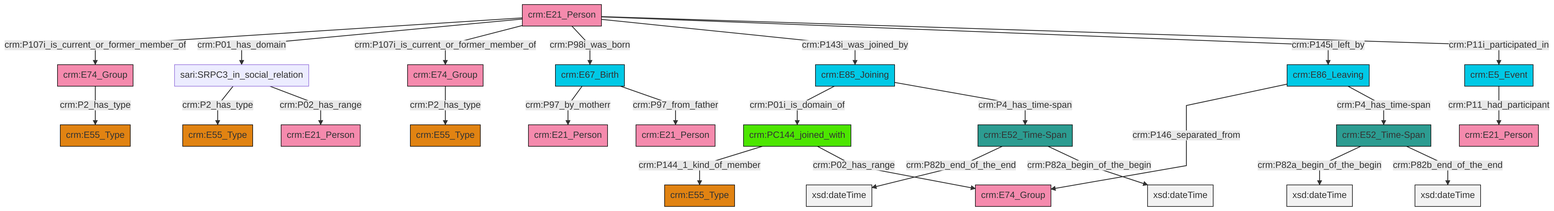
Earlier version of the Mermaid export et/personCSV/ttl/mmd/png/Person_Actor_Relations.png (swiss-art-research-net/reference-data-models). Its source is kept beside it as et/personCSV/ttl/mmd/Person_Actor_Relations.ttl.mmd.
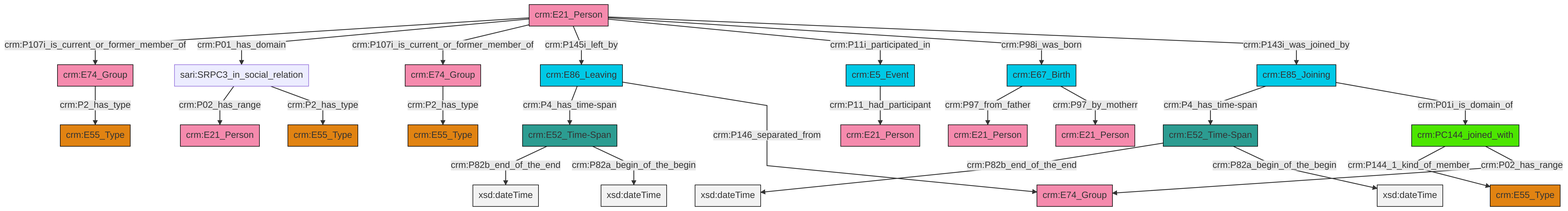
The same file after the commit.

Diff of the diagram source:
```diff
@@ -13,27 +13,27 @@
 classDef PC_Classes fill:#4ce600, stroke:#000000;
 classDef Multi fill:#cccccc,stroke:#000000;
 
-0["crm:E86_Leaving"]:::Temporal_Entity -->|crm:P146_separated_from| 1["crm:E74_Group"]:::Actor
-2["crm:PC144_joined_with"]:::PC_Classes -->|crm:P144_1_kind_of_member| 3["crm:E55_Type"]:::Type
-4["crm:E21_Person"]:::Actor -->|crm:P107i_is_current_or_former_member_of| 5["crm:E74_Group"]:::Actor
-4["crm:E21_Person"]:::Actor -->|crm:P01_has_domain| 8["sari:SRPC3_in_social_relation"]:::Default
-5["crm:E74_Group"]:::Actor -->|crm:P2_has_type| 9["crm:E55_Type"]:::Type
-6["crm:E52_Time-Span"]:::Time-Span -->|crm:P82b_end_of_the_end| 12[xsd:dateTime]:::Literal
-10["crm:E85_Joining"]:::Temporal_Entity -->|crm:P01i_is_domain_of| 2["crm:PC144_joined_with"]:::PC_Classes
-6["crm:E52_Time-Span"]:::Time-Span -->|crm:P82a_begin_of_the_begin| 14[xsd:dateTime]:::Literal
-20["crm:E5_Event"]:::Temporal_Entity -->|crm:P11_had_participant| 21["crm:E21_Person"]:::Actor
-16["crm:E52_Time-Span"]:::Time-Span -->|crm:P82a_begin_of_the_begin| 23[xsd:dateTime]:::Literal
-10["crm:E85_Joining"]:::Temporal_Entity -->|crm:P4_has_time-span| 6["crm:E52_Time-Span"]:::Time-Span
-0["crm:E86_Leaving"]:::Temporal_Entity -->|crm:P4_has_time-span| 16["crm:E52_Time-Span"]:::Time-Span
-25["crm:E67_Birth"]:::Temporal_Entity -->|crm:P97_by_motherr| 18["crm:E21_Person"]:::Actor
-28["crm:E74_Group"]:::Actor -->|crm:P2_has_type| 29["crm:E55_Type"]:::Type
-16["crm:E52_Time-Span"]:::Time-Span -->|crm:P82b_end_of_the_end| 30[xsd:dateTime]:::Literal
-4["crm:E21_Person"]:::Actor -->|crm:P107i_is_current_or_former_member_of| 28["crm:E74_Group"]:::Actor
-4["crm:E21_Person"]:::Actor -->|crm:P98i_was_born| 25["crm:E67_Birth"]:::Temporal_Entity
-25["crm:E67_Birth"]:::Temporal_Entity -->|crm:P97_from_father| 32["crm:E21_Person"]:::Actor
-2["crm:PC144_joined_with"]:::PC_Classes -->|crm:P02_has_range| 1["crm:E74_Group"]:::Actor
-4["crm:E21_Person"]:::Actor -->|crm:P143i_was_joined_by| 10["crm:E85_Joining"]:::Temporal_Entity
-8["sari:SRPC3_in_social_relation"]:::Default -->|crm:P2_has_type| 42["crm:E55_Type"]:::Type
-8["sari:SRPC3_in_social_relation"]:::Default -->|crm:P02_has_range| 34["crm:E21_Person"]:::Actor
-4["crm:E21_Person"]:::Actor -->|crm:P145i_left_by| 0["crm:E86_Leaving"]:::Temporal_Entity
-4["crm:E21_Person"]:::Actor -->|crm:P11i_participated_in| 20["crm:E5_Event"]:::Temporal_Entity
+0["crm:E52_Time-Span"]:::Time-Span -->|crm:P82b_end_of_the_end| 1[xsd:dateTime]:::Literal
+10["crm:E52_Time-Span"]:::Time-Span -->|crm:P82b_end_of_the_end| 14[xsd:dateTime]:::Literal
+15["crm:E5_Event"]:::Temporal_Entity -->|crm:P11_had_participant| 16["crm:E21_Person"]:::Actor
+17["crm:E21_Person"]:::Actor -->|crm:P107i_is_current_or_former_member_of| 18["crm:E74_Group"]:::Actor
+19["crm:E67_Birth"]:::Temporal_Entity -->|crm:P97_from_father| 4["crm:E21_Person"]:::Actor
+19["crm:E67_Birth"]:::Temporal_Entity -->|crm:P97_by_motherr| 21["crm:E21_Person"]:::Actor
+23["crm:PC144_joined_with"]:::PC_Classes -->|crm:P144_1_kind_of_member| 24["crm:E55_Type"]:::Type
+2["sari:SRPC3_in_social_relation"]:::Default -->|crm:P02_has_range| 25["crm:E21_Person"]:::Actor
+26["crm:E85_Joining"]:::Temporal_Entity -->|crm:P4_has_time-span| 0["crm:E52_Time-Span"]:::Time-Span
+17["crm:E21_Person"]:::Actor -->|crm:P01_has_domain| 2["sari:SRPC3_in_social_relation"]:::Default
+17["crm:E21_Person"]:::Actor -->|crm:P107i_is_current_or_former_member_of| 6["crm:E74_Group"]:::Actor
+12["crm:E86_Leaving"]:::Temporal_Entity -->|crm:P4_has_time-span| 10["crm:E52_Time-Span"]:::Time-Span
+10["crm:E52_Time-Span"]:::Time-Span -->|crm:P82a_begin_of_the_begin| 30[xsd:dateTime]:::Literal
+18["crm:E74_Group"]:::Actor -->|crm:P2_has_type| 31["crm:E55_Type"]:::Type
+23["crm:PC144_joined_with"]:::PC_Classes -->|crm:P02_has_range| 33["crm:E74_Group"]:::Actor
+17["crm:E21_Person"]:::Actor -->|crm:P145i_left_by| 12["crm:E86_Leaving"]:::Temporal_Entity
+17["crm:E21_Person"]:::Actor -->|crm:P11i_participated_in| 15["crm:E5_Event"]:::Temporal_Entity
+26["crm:E85_Joining"]:::Temporal_Entity -->|crm:P01i_is_domain_of| 23["crm:PC144_joined_with"]:::PC_Classes
+17["crm:E21_Person"]:::Actor -->|crm:P98i_was_born| 19["crm:E67_Birth"]:::Temporal_Entity
+0["crm:E52_Time-Span"]:::Time-Span -->|crm:P82a_begin_of_the_begin| 39[xsd:dateTime]:::Literal
+17["crm:E21_Person"]:::Actor -->|crm:P143i_was_joined_by| 26["crm:E85_Joining"]:::Temporal_Entity
+12["crm:E86_Leaving"]:::Temporal_Entity -->|crm:P146_separated_from| 33["crm:E74_Group"]:::Actor
+2["sari:SRPC3_in_social_relation"]:::Default -->|crm:P2_has_type| 43["crm:E55_Type"]:::Type
+6["crm:E74_Group"]:::Actor -->|crm:P2_has_type| 8["crm:E55_Type"]:::Type
```
